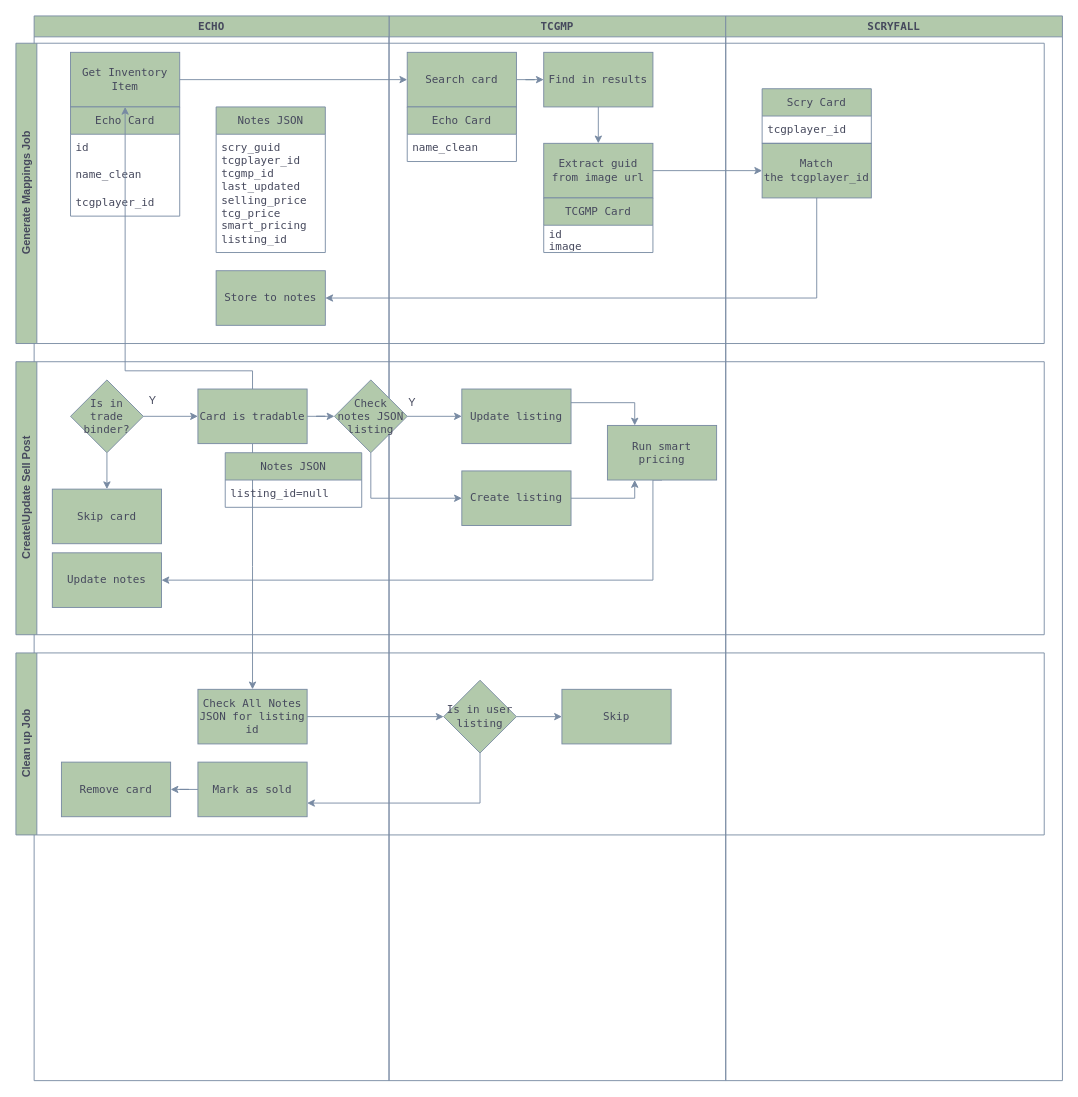
Earlier version of the draw.io diagram workflows/purchases/diagrams/tcg_mp.drawio (brianbartilet/harqis-work). Source tidied: cells renumbered, new cells numbered last; positions are measured from the earlier drawing's top-left corner, leaving out a move shared by most shapes. Both pictures are drawn from the tidied source at 91%, with x=0, y=0 at pixel (15, 15).
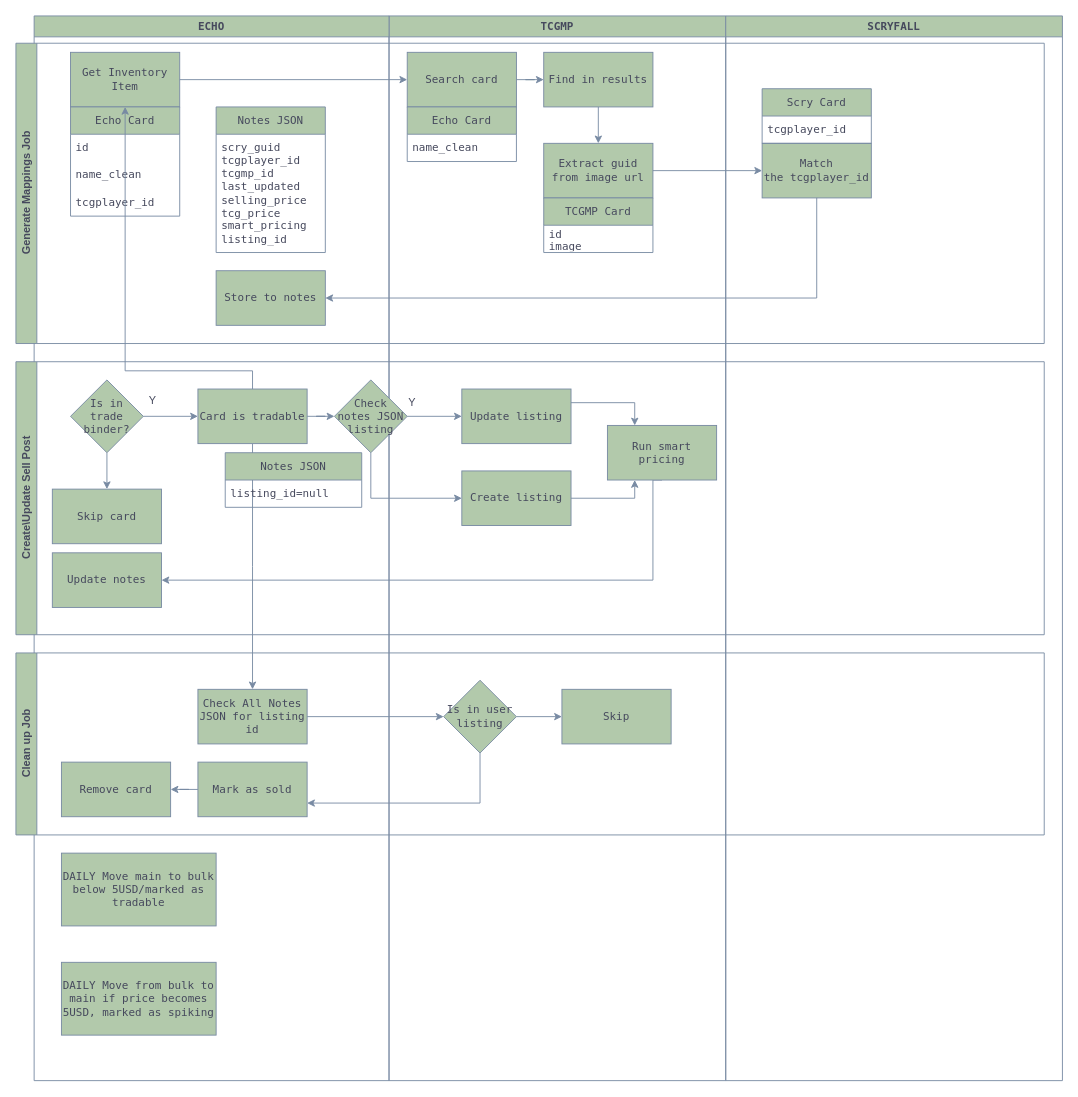
After the change.

Commit message (it also covers changes not shown here):
(work) TCGMP: updates and plan future flows

Unchanged cells that the change refers to:
```xml
<mxCell id="12" value="ECHO" style="swimlane;whiteSpace=wrap;html=1;fontFamily=Lucida Console;labelBackgroundColor=none;fillColor=#B2C9AB;strokeColor=#788AA3;fontColor=#46495D;" parent="1" vertex="1">
  <mxGeometry x="20" width="390" height="1170" as="geometry" />
</mxCell>
```

Diff of the diagram source:
```diff
@@
+    <mxCell id="62" value="DAILY Move main to bulk below 5USD/marked as tradable" style="rounded=0;whiteSpace=wrap;html=1;fontFamily=Lucida Console;labelBackgroundColor=none;fillColor=#B2C9AB;strokeColor=#788AA3;fontColor=#46495D;" parent="12" vertex="1">
+      <mxGeometry x="30" y="920" width="170" height="80" as="geometry" />
+    </mxCell>
+    <mxCell id="63" value="DAILY Move from bulk to main if price becomes 5USD, marked as spiking" style="rounded=0;whiteSpace=wrap;html=1;fontFamily=Lucida Console;labelBackgroundColor=none;fillColor=#B2C9AB;strokeColor=#788AA3;fontColor=#46495D;" parent="12" vertex="1">
+      <mxGeometry x="30" y="1040" width="170" height="80" as="geometry" />
+    </mxCell>
```
